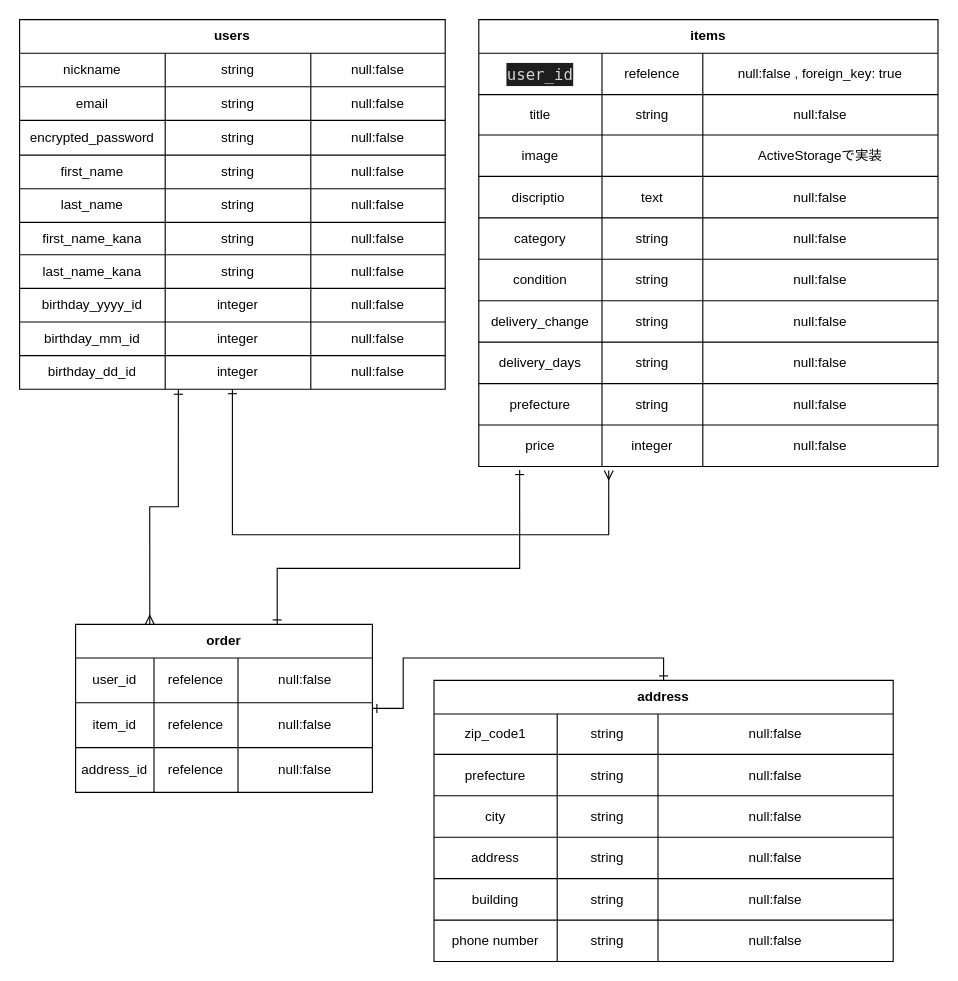
The draw.io diagram er.dio in songman78/furima-34543, before the edit. Source tidied: cells renumbered, new cells numbered last; positions are measured from the earlier drawing's top-left corner, leaving out a move shared by most shapes. Both pictures are drawn from the tidied source at 112%, with x=0, y=0 at pixel (19, 19).
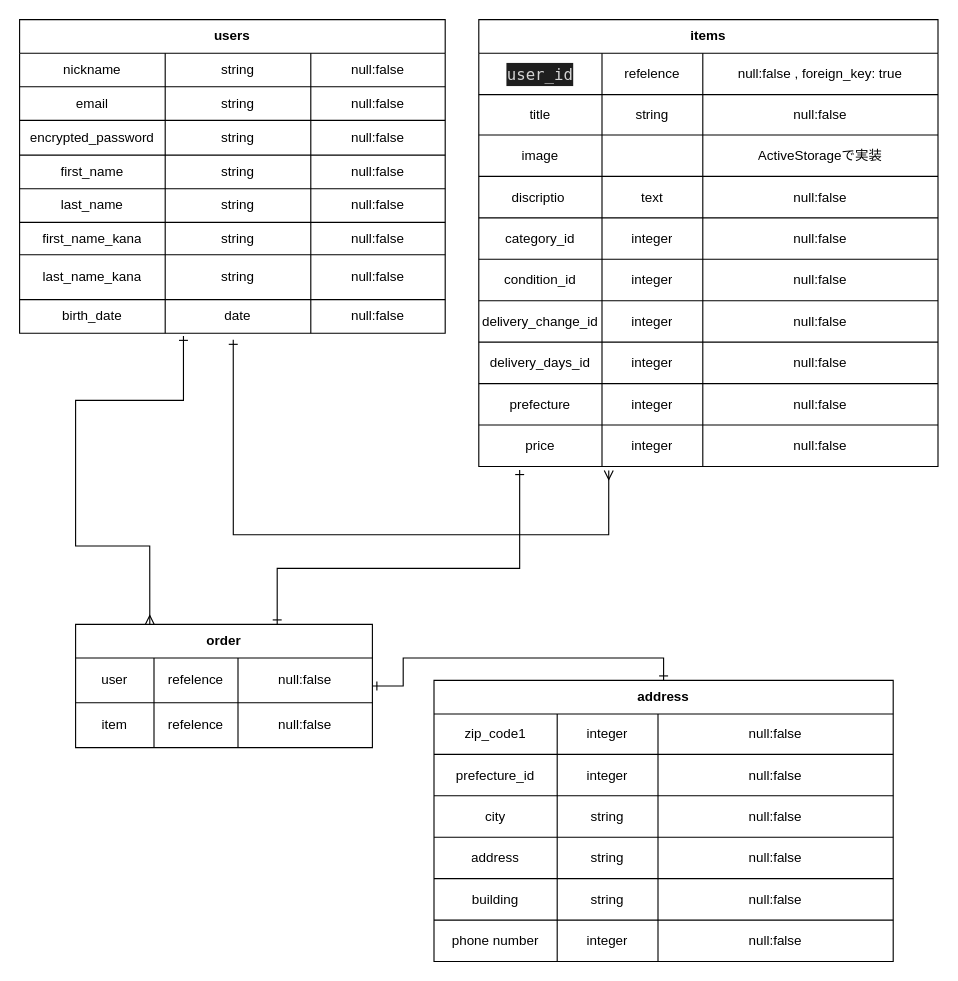
Above is the later version.

The change refers to these unchanged cells:
```xml
<mxCell id="62" style="shape=partialRectangle;html=1;whiteSpace=wrap;fillColor=none;top=0;left=0;bottom=0;right=0;" parent="45" vertex="1">
  <mxGeometry y="177" width="410" height="37" as="geometry" />
</mxCell>
<mxCell id="66" style="shape=partialRectangle;html=1;whiteSpace=wrap;fillColor=none;top=0;left=0;bottom=0;right=0;" parent="45" vertex="1">
  <mxGeometry y="214" width="410" height="37" as="geometry" />
</mxCell>
<mxCell id="70" style="shape=partialRectangle;html=1;whiteSpace=wrap;fillColor=none;top=0;left=0;bottom=0;right=0;" parent="45" vertex="1">
  <mxGeometry y="251" width="410" height="37" as="geometry" />
</mxCell>
<mxCell id="74" style="shape=partialRectangle;html=1;whiteSpace=wrap;fillColor=none;top=0;left=0;bottom=0;right=0;" parent="45" vertex="1">
  <mxGeometry y="288" width="410" height="37" as="geometry" />
</mxCell>
<mxCell id="78" style="shape=partialRectangle;html=1;whiteSpace=wrap;fillColor=none;top=0;left=0;bottom=0;right=0;" parent="45" vertex="1">
  <mxGeometry y="325" width="410" height="37" as="geometry" />
</mxCell>
<mxCell id="82" style="shape=partialRectangle;html=1;whiteSpace=wrap;fillColor=none;top=0;left=0;bottom=0;right=0;points=[[0,0.5],[1,0.5]];portConstraint=eastwest;" parent="45" vertex="1">
  <mxGeometry y="362" width="410" height="37" as="geometry" />
</mxCell>
<mxCell id="88" style="shape=partialRectangle;html=1;whiteSpace=wrap;fillColor=none;top=0;left=0;bottom=0;right=0;" parent="87" vertex="1">
  <mxGeometry y="30" width="265" height="40" as="geometry" />
</mxCell>
<mxCell id="92" style="shape=partialRectangle;html=1;whiteSpace=wrap;fillColor=none;top=0;left=0;bottom=0;right=0;" parent="87" vertex="1">
  <mxGeometry y="70" width="265" height="40" as="geometry" />
</mxCell>
<mxCell id="102" style="shape=partialRectangle;html=1;whiteSpace=wrap;fillColor=none;top=0;left=0;bottom=0;right=0;" parent="101" vertex="1">
  <mxGeometry y="30" width="410" height="36" as="geometry" />
</mxCell>
<mxCell id="106" style="shape=partialRectangle;html=1;whiteSpace=wrap;fillColor=none;top=0;left=0;bottom=0;right=0;" parent="101" vertex="1">
  <mxGeometry y="66" width="410" height="37" as="geometry" />
</mxCell>
<mxCell id="122" style="shape=partialRectangle;html=1;whiteSpace=wrap;fillColor=none;top=0;left=0;bottom=0;right=0;" parent="101" vertex="1">
  <mxGeometry y="214" width="410" height="37" as="geometry" />
</mxCell>
```

Diff of the diagram source:
```diff
@@
-    <mxCell id="2" style="edgeStyle=orthogonalEdgeStyle;rounded=0;jettySize=auto;html=1;startArrow=ERone;startFill=0;endArrow=ERmany;endFill=0;entryX=0.283;entryY=1.097;entryDx=0;entryDy=0;entryPerimeter=0;" parent="1" edge="1" source="40" target="82">
+    <mxCell id="2" style="edgeStyle=orthogonalEdgeStyle;rounded=0;jettySize=auto;html=1;startArrow=ERone;startFill=0;endArrow=ERmany;endFill=0;entryX=0.283;entryY=1.097;entryDx=0;entryDy=0;entryPerimeter=0;exitX=0.502;exitY=1.198;exitDx=0;exitDy=0;exitPerimeter=0;" parent="1" edge="1" source="32" target="82">
       <mxGeometry relative="1" as="geometry">
         <Array as="points">
-          <mxPoint x="190" y="460" />
+          <mxPoint x="191" y="460" />
           <mxPoint x="526" y="460" />
         </Array>
       </mxGeometry>
     </mxCell>
     <mxCell id="3" value="users" style="shape=table;html=1;whiteSpace=wrap;startSize=30;childLayout=tableLayout;fontStyle=1;align=center;" parent="1" vertex="1">
-      <mxGeometry width="380" height="330" as="geometry" />
+      <mxGeometry width="380" height="280" as="geometry" />
     </mxCell>
@@
     <mxCell id="28" style="shape=partialRectangle;html=1;whiteSpace=wrap;fillColor=none;top=0;left=0;bottom=0;right=0;" parent="3" vertex="1">
-      <mxGeometry y="210" width="380" height="30" as="geometry" />
+      <mxGeometry y="210" width="380" height="40" as="geometry" />
     </mxCell>
     <mxCell id="29" value="last_name_kana" style="shape=partialRectangle;html=1;whiteSpace=wrap;fillColor=none;top=0;left=0;bottom=0;right=0;overflow=hidden;" parent="28" vertex="1">
-      <mxGeometry width="130" height="30" as="geometry" />
+      <mxGeometry width="130" height="40" as="geometry" />
     </mxCell>
     <mxCell id="30" value="string" style="shape=partialRectangle;html=1;whiteSpace=wrap;fillColor=none;top=0;left=0;bottom=0;right=0;overflow=hidden;" parent="28" vertex="1">
-      <mxGeometry x="130" width="130" height="30" as="geometry" />
+      <mxGeometry x="130" width="130" height="40" as="geometry" />
     </mxCell>
     <mxCell id="31" value="null:false" style="shape=partialRectangle;html=1;whiteSpace=wrap;fillColor=none;top=0;left=0;bottom=0;right=0;overflow=hidden;" parent="28" vertex="1">
-      <mxGeometry x="260" width="120" height="30" as="geometry" />
+      <mxGeometry x="260" width="120" height="40" as="geometry" />
     </mxCell>
     <mxCell id="32" style="shape=partialRectangle;html=1;whiteSpace=wrap;fillColor=none;top=0;left=0;bottom=0;right=0;points=[[0,0.5],[1,0.5]];portConstraint=eastwest;" parent="3" vertex="1">
-      <mxGeometry y="240" width="380" height="30" as="geometry" />
+      <mxGeometry y="250" width="380" height="30" as="geometry" />
     </mxCell>
-    <mxCell id="33" value="birthday_yyyy_id" style="shape=partialRectangle;html=1;whiteSpace=wrap;fillColor=none;top=0;left=0;bottom=0;right=0;overflow=hidden;" parent="32" vertex="1">
+    <mxCell id="33" value="birth_date" style="shape=partialRectangle;html=1;whiteSpace=wrap;fillColor=none;top=0;left=0;bottom=0;right=0;overflow=hidden;" parent="32" vertex="1">
       <mxGeometry width="130" height="30" as="geometry" />
     </mxCell>
-    <mxCell id="34" value="integer" style="shape=partialRectangle;html=1;whiteSpace=wrap;fillColor=none;top=0;left=0;bottom=0;right=0;overflow=hidden;" parent="32" vertex="1">
+    <mxCell id="34" value="date" style="shape=partialRectangle;html=1;whiteSpace=wrap;fillColor=none;top=0;left=0;bottom=0;right=0;overflow=hidden;" parent="32" vertex="1">
       <mxGeometry x="130" width="130" height="30" as="geometry" />
     </mxCell>
@@
-    <mxCell id="36" style="shape=partialRectangle;html=1;whiteSpace=wrap;fillColor=none;top=0;left=0;bottom=0;right=0;" parent="3" vertex="1">
-      <mxGeometry y="270" width="380" height="30" as="geometry" />
-    </mxCell>
-    <mxCell id="37" value="birthday_mm_id" style="shape=partialRectangle;html=1;whiteSpace=wrap;fillColor=none;top=0;left=0;bottom=0;right=0;overflow=hidden;" parent="36" vertex="1">
-      <mxGeometry width="130" height="30" as="geometry" />
-    </mxCell>
-    <mxCell id="38" value="integer" style="shape=partialRectangle;html=1;whiteSpace=wrap;fillColor=none;top=0;left=0;bottom=0;right=0;overflow=hidden;" parent="36" vertex="1">
-      <mxGeometry x="130" width="130" height="30" as="geometry" />
-    </mxCell>
-    <mxCell id="39" value="null:false" style="shape=partialRectangle;html=1;whiteSpace=wrap;fillColor=none;top=0;left=0;bottom=0;right=0;overflow=hidden;" parent="36" vertex="1">
-      <mxGeometry x="260" width="120" height="30" as="geometry" />
-    </mxCell>
-    <mxCell id="40" style="shape=partialRectangle;html=1;whiteSpace=wrap;fillColor=none;top=0;left=0;bottom=0;right=0;points=[[0,0.5],[1,0.5]];portConstraint=eastwest;" parent="3" vertex="1">
-      <mxGeometry y="300" width="380" height="30" as="geometry" />
-    </mxCell>
-    <mxCell id="41" value="birthday_dd_id" style="shape=partialRectangle;html=1;whiteSpace=wrap;fillColor=none;top=0;left=0;bottom=0;right=0;overflow=hidden;" parent="40" vertex="1">
-      <mxGeometry width="130" height="30" as="geometry" />
-    </mxCell>
-    <mxCell id="42" value="integer" style="shape=partialRectangle;html=1;whiteSpace=wrap;fillColor=none;top=0;left=0;bottom=0;right=0;overflow=hidden;" parent="40" vertex="1">
-      <mxGeometry x="130" width="130" height="30" as="geometry" />
-    </mxCell>
-    <mxCell id="43" value="null:false" style="shape=partialRectangle;html=1;whiteSpace=wrap;fillColor=none;top=0;left=0;bottom=0;right=0;overflow=hidden;" parent="40" vertex="1">
-      <mxGeometry x="260" width="120" height="30" as="geometry" />
-    </mxCell>
@@
-    <mxCell id="63" value="category" style="shape=partialRectangle;html=1;whiteSpace=wrap;fillColor=none;top=0;left=0;bottom=0;right=0;overflow=hidden;" parent="62" vertex="1">
+    <mxCell id="63" value="category_id" style="shape=partialRectangle;html=1;whiteSpace=wrap;fillColor=none;top=0;left=0;bottom=0;right=0;overflow=hidden;" parent="62" vertex="1">
       <mxGeometry width="110" height="37" as="geometry" />
     </mxCell>
-    <mxCell id="64" value="string" style="shape=partialRectangle;html=1;whiteSpace=wrap;fillColor=none;top=0;left=0;bottom=0;right=0;overflow=hidden;" parent="62" vertex="1">
+    <mxCell id="64" value="integer" style="shape=partialRectangle;html=1;whiteSpace=wrap;fillColor=none;top=0;left=0;bottom=0;right=0;overflow=hidden;" parent="62" vertex="1">
       <mxGeometry x="110" width="90" height="37" as="geometry" />
     </mxCell>
@@
-    <mxCell id="67" value="condition" style="shape=partialRectangle;html=1;whiteSpace=wrap;fillColor=none;top=0;left=0;bottom=0;right=0;overflow=hidden;" parent="66" vertex="1">
+    <mxCell id="67" value="condition_id" style="shape=partialRectangle;html=1;whiteSpace=wrap;fillColor=none;top=0;left=0;bottom=0;right=0;overflow=hidden;" parent="66" vertex="1">
       <mxGeometry width="110" height="37" as="geometry" />
     </mxCell>
-    <mxCell id="68" value="string" style="shape=partialRectangle;html=1;whiteSpace=wrap;fillColor=none;top=0;left=0;bottom=0;right=0;overflow=hidden;" parent="66" vertex="1">
+    <mxCell id="68" value="integer" style="shape=partialRectangle;html=1;whiteSpace=wrap;fillColor=none;top=0;left=0;bottom=0;right=0;overflow=hidden;" parent="66" vertex="1">
       <mxGeometry x="110" width="90" height="37" as="geometry" />
     </mxCell>
@@
-    <mxCell id="71" value="delivery_change" style="shape=partialRectangle;html=1;whiteSpace=wrap;fillColor=none;top=0;left=0;bottom=0;right=0;overflow=hidden;" parent="70" vertex="1">
+    <mxCell id="71" value="delivery_change_id" style="shape=partialRectangle;html=1;whiteSpace=wrap;fillColor=none;top=0;left=0;bottom=0;right=0;overflow=hidden;" parent="70" vertex="1">
       <mxGeometry width="110" height="37" as="geometry" />
     </mxCell>
-    <mxCell id="72" value="string" style="shape=partialRectangle;html=1;whiteSpace=wrap;fillColor=none;top=0;left=0;bottom=0;right=0;overflow=hidden;" parent="70" vertex="1">
+    <mxCell id="72" value="integer" style="shape=partialRectangle;html=1;whiteSpace=wrap;fillColor=none;top=0;left=0;bottom=0;right=0;overflow=hidden;" parent="70" vertex="1">
       <mxGeometry x="110" width="90" height="37" as="geometry" />
     </mxCell>
@@
-    <mxCell id="75" value="delivery_days" style="shape=partialRectangle;html=1;whiteSpace=wrap;fillColor=none;top=0;left=0;bottom=0;right=0;overflow=hidden;" parent="74" vertex="1">
+    <mxCell id="75" value="delivery_days_id" style="shape=partialRectangle;html=1;whiteSpace=wrap;fillColor=none;top=0;left=0;bottom=0;right=0;overflow=hidden;" parent="74" vertex="1">
       <mxGeometry width="110" height="37" as="geometry" />
     </mxCell>
-    <mxCell id="76" value="string" style="shape=partialRectangle;html=1;whiteSpace=wrap;fillColor=none;top=0;left=0;bottom=0;right=0;overflow=hidden;" parent="74" vertex="1">
+    <mxCell id="76" value="integer" style="shape=partialRectangle;html=1;whiteSpace=wrap;fillColor=none;top=0;left=0;bottom=0;right=0;overflow=hidden;" parent="74" vertex="1">
       <mxGeometry x="110" width="90" height="37" as="geometry" />
     </mxCell>
@@
-    <mxCell id="80" value="string" style="shape=partialRectangle;html=1;whiteSpace=wrap;fillColor=none;top=0;left=0;bottom=0;right=0;overflow=hidden;" parent="78" vertex="1">
+    <mxCell id="80" value="integer" style="shape=partialRectangle;html=1;whiteSpace=wrap;fillColor=none;top=0;left=0;bottom=0;right=0;overflow=hidden;" parent="78" vertex="1">
       <mxGeometry x="110" width="90" height="37" as="geometry" />
     </mxCell>
@@
-    <mxCell id="86" style="edgeStyle=orthogonalEdgeStyle;rounded=0;jettySize=auto;html=1;startArrow=ERmany;startFill=0;endArrow=ERone;endFill=0;entryX=0.373;entryY=1.016;entryDx=0;entryDy=0;entryPerimeter=0;exitX=0.25;exitY=0;exitDx=0;exitDy=0;" parent="1" edge="1" source="87" target="40">
-      <mxGeometry relative="1" as="geometry" />
+    <mxCell id="86" style="edgeStyle=orthogonalEdgeStyle;rounded=0;jettySize=auto;html=1;startArrow=ERmany;startFill=0;endArrow=ERone;endFill=0;entryX=0.385;entryY=1.08;entryDx=0;entryDy=0;entryPerimeter=0;exitX=0.25;exitY=0;exitDx=0;exitDy=0;" parent="1" edge="1" source="87" target="32">
+      <mxGeometry relative="1" as="geometry">
+        <Array as="points">
+          <mxPoint x="116" y="470" />
+          <mxPoint x="50" y="470" />
+          <mxPoint x="50" y="340" />
+          <mxPoint x="146" y="340" />
+        </Array>
+      </mxGeometry>
     </mxCell>
     <mxCell id="87" value="order" style="shape=table;html=1;whiteSpace=wrap;startSize=30;childLayout=tableLayout;fontStyle=1;align=center;" parent="1" vertex="1">
-      <mxGeometry x="50" y="540" width="265" height="150" as="geometry" />
+      <mxGeometry x="50" y="540" width="265" height="110" as="geometry" />
     </mxCell>
@@
-    <mxCell id="89" value="user_id" style="shape=partialRectangle;html=1;whiteSpace=wrap;fillColor=none;top=0;left=0;bottom=0;right=0;overflow=hidden;" parent="88" vertex="1">
+    <mxCell id="89" value="user" style="shape=partialRectangle;html=1;whiteSpace=wrap;fillColor=none;top=0;left=0;bottom=0;right=0;overflow=hidden;" parent="88" vertex="1">
       <mxGeometry width="70" height="40" as="geometry" />
     </mxCell>
@@
-    <mxCell id="93" value="item_id" style="shape=partialRectangle;html=1;whiteSpace=wrap;fillColor=none;top=0;left=0;bottom=0;right=0;overflow=hidden;" parent="92" vertex="1">
+    <mxCell id="93" value="item" style="shape=partialRectangle;html=1;whiteSpace=wrap;fillColor=none;top=0;left=0;bottom=0;right=0;overflow=hidden;" parent="92" vertex="1">
       <mxGeometry width="70" height="40" as="geometry" />
     </mxCell>
@@
-    <mxCell id="96" style="shape=partialRectangle;html=1;whiteSpace=wrap;fillColor=none;top=0;left=0;bottom=0;right=0;" parent="87" vertex="1">
-      <mxGeometry y="110" width="265" height="40" as="geometry" />
-    </mxCell>
-    <mxCell id="97" value="address_id" style="shape=partialRectangle;html=1;whiteSpace=wrap;fillColor=none;top=0;left=0;bottom=0;right=0;overflow=hidden;" parent="96" vertex="1">
-      <mxGeometry width="70" height="40" as="geometry" />
-    </mxCell>
-    <mxCell id="98" value="refelence" style="shape=partialRectangle;html=1;whiteSpace=wrap;fillColor=none;top=0;left=0;bottom=0;right=0;overflow=hidden;" parent="96" vertex="1">
-      <mxGeometry x="70" width="75" height="40" as="geometry" />
-    </mxCell>
-    <mxCell id="99" value="null:false" style="shape=partialRectangle;html=1;whiteSpace=wrap;fillColor=none;top=0;left=0;bottom=0;right=0;overflow=hidden;" parent="96" vertex="1">
-      <mxGeometry x="145" width="120" height="40" as="geometry" />
-    </mxCell>
@@
-    <mxCell id="104" value="string" style="shape=partialRectangle;html=1;whiteSpace=wrap;fillColor=none;top=0;left=0;bottom=0;right=0;overflow=hidden;" parent="102" vertex="1">
+    <mxCell id="104" value="integer" style="shape=partialRectangle;html=1;whiteSpace=wrap;fillColor=none;top=0;left=0;bottom=0;right=0;overflow=hidden;" parent="102" vertex="1">
       <mxGeometry x="110" width="90" height="36" as="geometry" />
     </mxCell>
@@
-    <mxCell id="107" value="prefecture" style="shape=partialRectangle;html=1;whiteSpace=wrap;fillColor=none;top=0;left=0;bottom=0;right=0;overflow=hidden;" parent="106" vertex="1">
+    <mxCell id="107" value="prefecture_id" style="shape=partialRectangle;html=1;whiteSpace=wrap;fillColor=none;top=0;left=0;bottom=0;right=0;overflow=hidden;" parent="106" vertex="1">
       <mxGeometry width="110" height="37" as="geometry" />
     </mxCell>
-    <mxCell id="108" value="string" style="shape=partialRectangle;html=1;whiteSpace=wrap;fillColor=none;top=0;left=0;bottom=0;right=0;overflow=hidden;" parent="106" vertex="1">
+    <mxCell id="108" value="integer" style="shape=partialRectangle;html=1;whiteSpace=wrap;fillColor=none;top=0;left=0;bottom=0;right=0;overflow=hidden;" parent="106" vertex="1">
       <mxGeometry x="110" width="90" height="37" as="geometry" />
     </mxCell>
@@
-    <mxCell id="124" value="string" style="shape=partialRectangle;html=1;whiteSpace=wrap;fillColor=none;top=0;left=0;bottom=0;right=0;overflow=hidden;" parent="122" vertex="1">
+    <mxCell id="124" value="integer" style="shape=partialRectangle;html=1;whiteSpace=wrap;fillColor=none;top=0;left=0;bottom=0;right=0;overflow=hidden;" parent="122" vertex="1">
       <mxGeometry x="110" width="90" height="37" as="geometry" />
     </mxCell>
```
